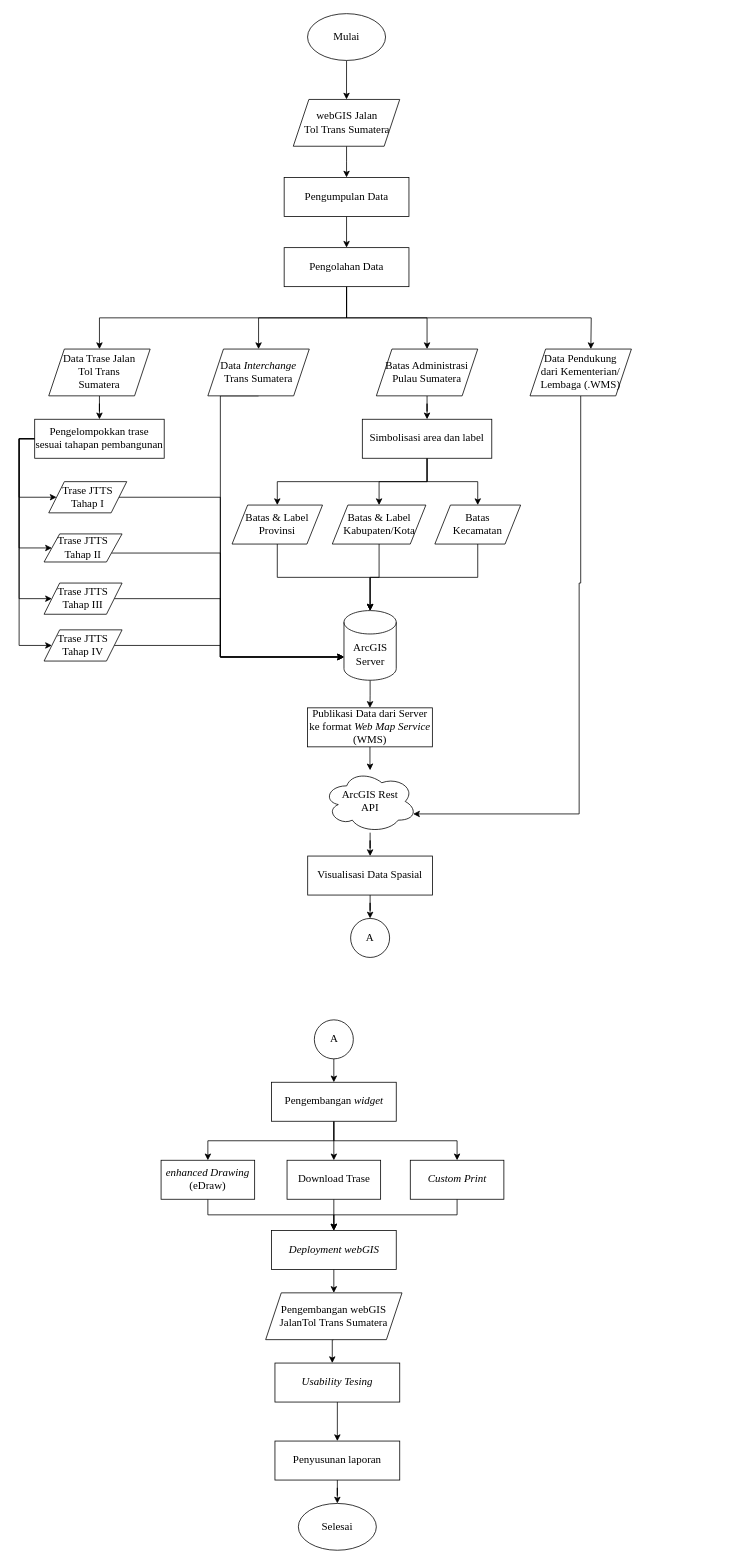
This is proposal PA Dhany Rev-2.drawio from dhanyyudi/filediagramalir, a draw.io file, before an edit. Source tidied: cells renumbered, new cells numbered last; positions are measured from the earlier drawing's top-left corner, leaving out a move shared by most shapes. Both pictures are drawn from the tidied source at 78%, with x=0, y=0 at pixel (19, 13).
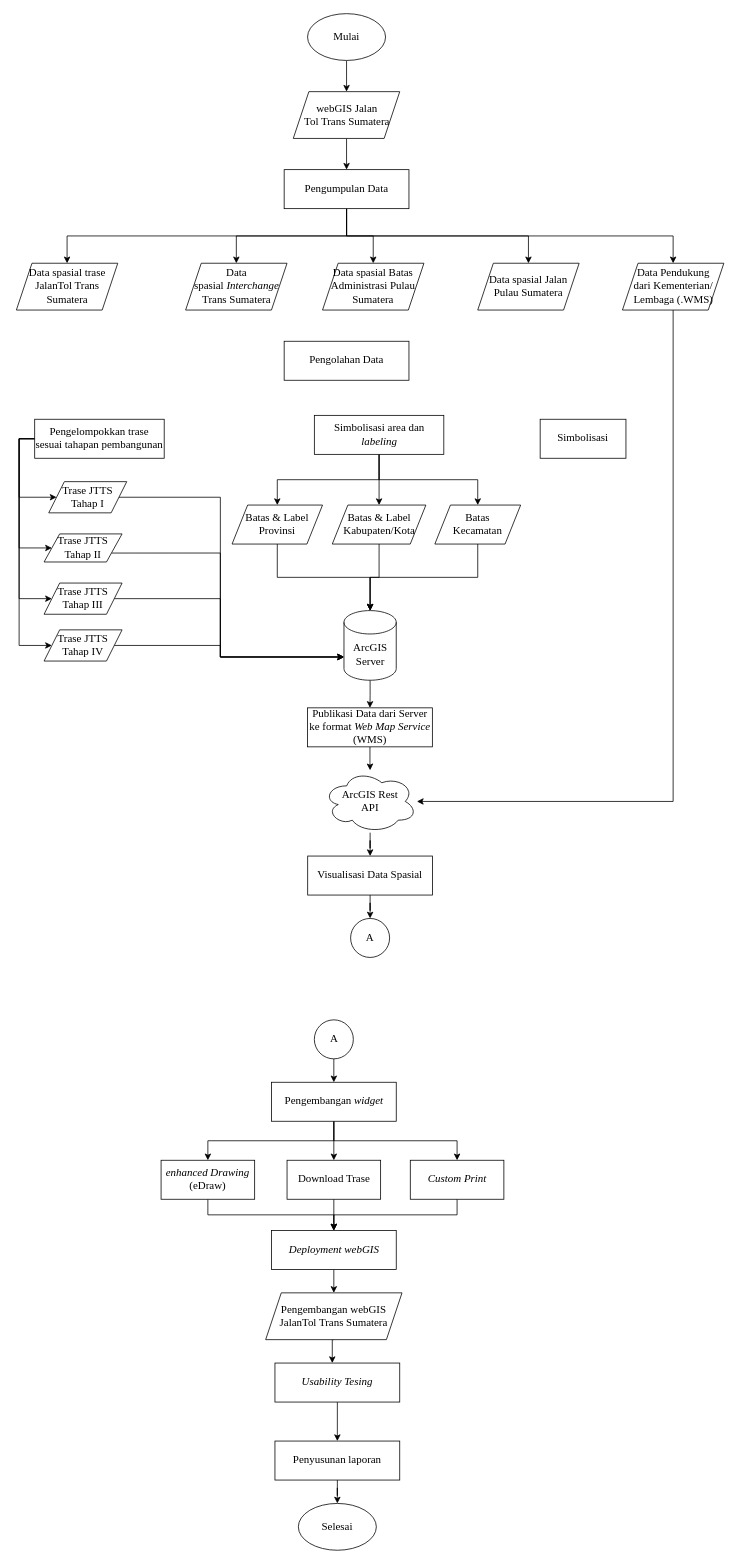
After the change.

The change refers to these unchanged cells:
```xml
<mxCell id="3" value="&lt;font face=&quot;Times New Roman&quot; style=&quot;font-size: 14px;&quot;&gt;Mulai&lt;/font&gt;" style="ellipse;whiteSpace=wrap;html=1;" parent="1" vertex="1">
  <mxGeometry x="369.8" width="100" height="60" as="geometry" />
</mxCell>
<mxCell id="14" value="&lt;font face=&quot;Times New Roman&quot; style=&quot;font-size: 14px;&quot;&gt;ArcGIS Server&lt;/font&gt;" style="shape=cylinder3;whiteSpace=wrap;html=1;boundedLbl=1;backgroundOutline=1;size=15;" parent="1" vertex="1">
  <mxGeometry x="416.5" y="765.3" width="67" height="89.3" as="geometry" />
</mxCell>
<mxCell id="41" value="&lt;font style=&quot;font-size: 14px;&quot;&gt;Pengelompokkan trase sesuai tahapan pembangunan&lt;/font&gt;" style="rounded=0;whiteSpace=wrap;html=1;fontFamily=Times New Roman;" parent="1" vertex="1">
  <mxGeometry x="20" y="520" width="166" height="50" as="geometry" />
</mxCell>
<mxCell id="65" value="&lt;font face=&quot;Times New Roman&quot; style=&quot;font-size: 14px;&quot;&gt;ArcGIS Rest &lt;br&gt;API&lt;/font&gt;" style="ellipse;shape=cloud;whiteSpace=wrap;html=1;" parent="1" vertex="1">
  <mxGeometry x="390" y="970" width="120" height="80" as="geometry" />
</mxCell>
```

Change to the diagram source:
```diff
@@
-    <mxCell id="2" style="edgeStyle=orthogonalEdgeStyle;rounded=0;jettySize=auto;html=1;exitX=0.5;exitY=1;exitDx=0;exitDy=0;entryX=0.5;entryY=0;entryDx=0;entryDy=0;" parent="1" edge="1" source="3" target="72">
+    <mxCell id="2" style="edgeStyle=orthogonalEdgeStyle;rounded=0;jettySize=auto;html=1;" parent="1" edge="1" source="3" target="72">
       <mxGeometry relative="1" as="geometry" />
     </mxCell>
@@
-    <mxCell id="4" style="edgeStyle=orthogonalEdgeStyle;rounded=0;jettySize=auto;html=1;" parent="1" edge="1" source="5" target="10">
-      <mxGeometry relative="1" as="geometry" />
-    </mxCell>
+    <mxCell id="75" style="edgeStyle=orthogonalEdgeStyle;rounded=0;jettySize=auto;html=1;exitX=0.5;exitY=1;exitDx=0;exitDy=0;" parent="1" edge="1" source="5" target="16">
+      <mxGeometry relative="1" as="geometry" />
+    </mxCell>
+    <mxCell id="76" style="edgeStyle=orthogonalEdgeStyle;rounded=0;jettySize=auto;html=1;exitX=0.5;exitY=1;exitDx=0;exitDy=0;" parent="1" edge="1" source="5" target="26">
+      <mxGeometry relative="1" as="geometry" />
+    </mxCell>
+    <mxCell id="77" style="edgeStyle=orthogonalEdgeStyle;rounded=0;jettySize=auto;html=1;exitX=0.5;exitY=1;exitDx=0;exitDy=0;" parent="1" edge="1" source="5" target="28">
+      <mxGeometry relative="1" as="geometry" />
+    </mxCell>
+    <mxCell id="78" style="edgeStyle=orthogonalEdgeStyle;rounded=0;jettySize=auto;html=1;exitX=0.5;exitY=1;exitDx=0;exitDy=0;entryX=0.5;entryY=0;entryDx=0;entryDy=0;" parent="1" edge="1" source="5" target="80">
+      <mxGeometry relative="1" as="geometry" />
+    </mxCell>
+    <mxCell id="79" style="edgeStyle=orthogonalEdgeStyle;rounded=0;jettySize=auto;html=1;exitX=0.5;exitY=1;exitDx=0;exitDy=0;" parent="1" edge="1" source="5" target="67">
+      <mxGeometry relative="1" as="geometry" />
+    </mxCell>
     <mxCell id="5" value="&lt;font style=&quot;font-size: 14px;&quot;&gt;Pengumpulan Data&lt;/font&gt;" style="rounded=0;whiteSpace=wrap;html=1;fontFamily=Times New Roman;" parent="1" vertex="1">
-      <mxGeometry x="339.8" y="210" width="160" height="50" as="geometry" />
+      <mxGeometry x="339.8" y="200" width="160" height="50" as="geometry" />
     </mxCell>
-    <mxCell id="6" style="edgeStyle=orthogonalEdgeStyle;rounded=0;jettySize=auto;html=1;exitX=0.5;exitY=1;exitDx=0;exitDy=0;" parent="1" edge="1" source="10" target="28">
-      <mxGeometry relative="1" as="geometry" />
-    </mxCell>
-    <mxCell id="7" style="edgeStyle=orthogonalEdgeStyle;rounded=0;jettySize=auto;html=1;exitX=0.5;exitY=1;exitDx=0;exitDy=0;entryX=0.5;entryY=0;entryDx=0;entryDy=0;" parent="1" edge="1" source="10" target="26">
-      <mxGeometry relative="1" as="geometry" />
-    </mxCell>
-    <mxCell id="8" style="edgeStyle=orthogonalEdgeStyle;rounded=0;jettySize=auto;html=1;exitX=0.5;exitY=1;exitDx=0;exitDy=0;" parent="1" edge="1" source="10" target="16">
-      <mxGeometry relative="1" as="geometry" />
-    </mxCell>
-    <mxCell id="9" style="edgeStyle=orthogonalEdgeStyle;rounded=0;jettySize=auto;html=1;exitX=0.5;exitY=1;exitDx=0;exitDy=0;entryX=0.5;entryY=0;entryDx=0;entryDy=0;" parent="1" edge="1" source="10">
-      <mxGeometry relative="1" as="geometry">
-        <mxPoint x="733" y="430" as="targetPoint" />
-      </mxGeometry>
-    </mxCell>
     <mxCell id="10" value="&lt;font style=&quot;font-size: 14px;&quot;&gt;Pengolahan Data&lt;/font&gt;" style="rounded=0;whiteSpace=wrap;html=1;fontFamily=Times New Roman;" parent="1" vertex="1">
-      <mxGeometry x="339.8" y="300" width="160" height="50" as="geometry" />
+      <mxGeometry x="339.8" y="420" width="160" height="50" as="geometry" />
     </mxCell>
@@
-    <mxCell id="15" style="edgeStyle=orthogonalEdgeStyle;rounded=0;jettySize=auto;html=1;" parent="1" edge="1" source="16" target="41">
-      <mxGeometry relative="1" as="geometry" />
-    </mxCell>
-    <mxCell id="16" value="&lt;font face=&quot;Times New Roman&quot; style=&quot;font-size: 14px;&quot;&gt;Data Trase Jalan &lt;br&gt;Tol Trans &lt;br&gt;Sumatera&lt;/font&gt;" style="shape=parallelogram;perimeter=parallelogramPerimeter;whiteSpace=wrap;html=1;fixedSize=1;" parent="1" vertex="1">
-      <mxGeometry x="38" y="430" width="130" height="60" as="geometry" />
+    <mxCell id="16" value="&lt;font face=&quot;Times New Roman&quot; style=&quot;font-size: 14px;&quot;&gt;Data spasial trase JalanTol Trans &lt;br&gt;Sumatera&lt;/font&gt;" style="shape=parallelogram;perimeter=parallelogramPerimeter;whiteSpace=wrap;html=1;fixedSize=1;" parent="1" vertex="1">
+      <mxGeometry x="-3.5" y="320" width="130" height="60" as="geometry" />
     </mxCell>
@@
-    <mxCell id="25" style="edgeStyle=orthogonalEdgeStyle;rounded=0;jettySize=auto;html=1;exitX=0.5;exitY=1;exitDx=0;exitDy=0;entryX=0;entryY=0;entryDx=0;entryDy=59.4975;entryPerimeter=0;" parent="1" edge="1" source="26" target="14">
-      <mxGeometry relative="1" as="geometry">
-        <Array as="points">
-          <mxPoint x="258" y="490" />
-          <mxPoint x="258" y="825" />
-        </Array>
-      </mxGeometry>
-    </mxCell>
-    <mxCell id="26" value="&lt;font face=&quot;Times New Roman&quot; style=&quot;font-size: 14px;&quot;&gt;Data &lt;i&gt;Interchange&lt;/i&gt; Trans Sumatera&lt;/font&gt;" style="shape=parallelogram;perimeter=parallelogramPerimeter;whiteSpace=wrap;html=1;fixedSize=1;" parent="1" vertex="1">
-      <mxGeometry x="242" y="430" width="130" height="60" as="geometry" />
+    <mxCell id="26" value="&lt;font face=&quot;Times New Roman&quot; style=&quot;font-size: 14px;&quot;&gt;Data spasial&amp;nbsp;&lt;i&gt;Interchange&lt;/i&gt; Trans Sumatera&lt;/font&gt;" style="shape=parallelogram;perimeter=parallelogramPerimeter;whiteSpace=wrap;html=1;fixedSize=1;" parent="1" vertex="1">
+      <mxGeometry x="213.5" y="320" width="130" height="60" as="geometry" />
     </mxCell>
-    <mxCell id="27" style="edgeStyle=orthogonalEdgeStyle;rounded=0;jettySize=auto;html=1;" parent="1" edge="1" source="28" target="45">
-      <mxGeometry relative="1" as="geometry" />
-    </mxCell>
-    <mxCell id="28" value="&lt;font face=&quot;Times New Roman&quot; style=&quot;font-size: 14px;&quot;&gt;Batas Administrasi Pulau Sumatera&lt;/font&gt;" style="shape=parallelogram;perimeter=parallelogramPerimeter;whiteSpace=wrap;html=1;fixedSize=1;" parent="1" vertex="1">
-      <mxGeometry x="458" y="430" width="130" height="60" as="geometry" />
+    <mxCell id="28" value="&lt;font face=&quot;Times New Roman&quot; style=&quot;font-size: 14px;&quot;&gt;Data spasial Batas Administrasi Pulau Sumatera&lt;/font&gt;" style="shape=parallelogram;perimeter=parallelogramPerimeter;whiteSpace=wrap;html=1;fixedSize=1;" parent="1" vertex="1">
+      <mxGeometry x="389" y="320" width="130" height="60" as="geometry" />
     </mxCell>
@@
-    <mxCell id="45" value="&lt;span style=&quot;font-size: 14px;&quot;&gt;Simbolisasi area dan label&lt;/span&gt;" style="rounded=0;whiteSpace=wrap;html=1;fontFamily=Times New Roman;" parent="1" vertex="1">
-      <mxGeometry x="440" y="520" width="166" height="50" as="geometry" />
+    <mxCell id="45" value="&lt;span style=&quot;font-size: 14px;&quot;&gt;Simbolisasi area dan &lt;i&gt;labeling&lt;/i&gt;&lt;/span&gt;" style="rounded=0;whiteSpace=wrap;html=1;fontFamily=Times New Roman;" parent="1" vertex="1">
+      <mxGeometry x="378.5" y="515" width="166" height="50" as="geometry" />
     </mxCell>
@@
-    <mxCell id="66" style="edgeStyle=orthogonalEdgeStyle;rounded=0;jettySize=auto;html=1;exitX=0.5;exitY=1;exitDx=0;exitDy=0;entryX=0.96;entryY=0.7;entryDx=0;entryDy=0;entryPerimeter=0;" parent="1" edge="1" source="67" target="65">
+    <mxCell id="66" style="edgeStyle=orthogonalEdgeStyle;rounded=0;jettySize=auto;html=1;exitX=0.5;exitY=1;exitDx=0;exitDy=0;" parent="1" edge="1" source="67" target="65">
       <mxGeometry relative="1" as="geometry">
         <Array as="points">
-          <mxPoint x="720" y="730" />
-          <mxPoint x="718" y="730" />
-          <mxPoint x="718" y="1026" />
+          <mxPoint x="838" y="1010" />
         </Array>
       </mxGeometry>
     </mxCell>
     <mxCell id="67" value="&lt;font face=&quot;Times New Roman&quot; style=&quot;font-size: 14px;&quot;&gt;Data Pendukung &lt;br&gt;dari Kementerian/&lt;br&gt;Lembaga (.WMS)&lt;/font&gt;" style="shape=parallelogram;perimeter=parallelogramPerimeter;whiteSpace=wrap;html=1;fixedSize=1;" parent="1" vertex="1">
-      <mxGeometry x="655" y="430" width="130" height="60" as="geometry" />
+      <mxGeometry x="773.5" y="320" width="130" height="60" as="geometry" />
     </mxCell>
@@
     <mxCell id="72" value="&lt;font face=&quot;Times New Roman&quot;&gt;&lt;span style=&quot;font-size: 14px;&quot;&gt;webGIS Jalan &lt;br&gt;Tol Trans Sumatera&lt;/span&gt;&lt;/font&gt;" style="shape=parallelogram;perimeter=parallelogramPerimeter;whiteSpace=wrap;html=1;fixedSize=1;" parent="1" vertex="1">
-      <mxGeometry x="351.5" y="110" width="136.5" height="60" as="geometry" />
+      <mxGeometry x="351.5" y="100" width="136.5" height="60" as="geometry" />
     </mxCell>
@@
+    <mxCell id="80" value="&lt;font face=&quot;Times New Roman&quot;&gt;&lt;span style=&quot;font-size: 14px;&quot;&gt;Data spasial Jalan Pulau Sumatera&lt;/span&gt;&lt;/font&gt;" style="shape=parallelogram;perimeter=parallelogramPerimeter;whiteSpace=wrap;html=1;fixedSize=1;" parent="1" vertex="1">
+      <mxGeometry x="588" y="320" width="130" height="60" as="geometry" />
+    </mxCell>
+    <mxCell id="81" value="&lt;span style=&quot;font-size: 14px;&quot;&gt;Simbolisasi&lt;/span&gt;" style="rounded=0;whiteSpace=wrap;html=1;fontFamily=Times New Roman;" parent="1" vertex="1">
+      <mxGeometry x="668" y="520" width="110" height="50" as="geometry" />
+    </mxCell>
```
